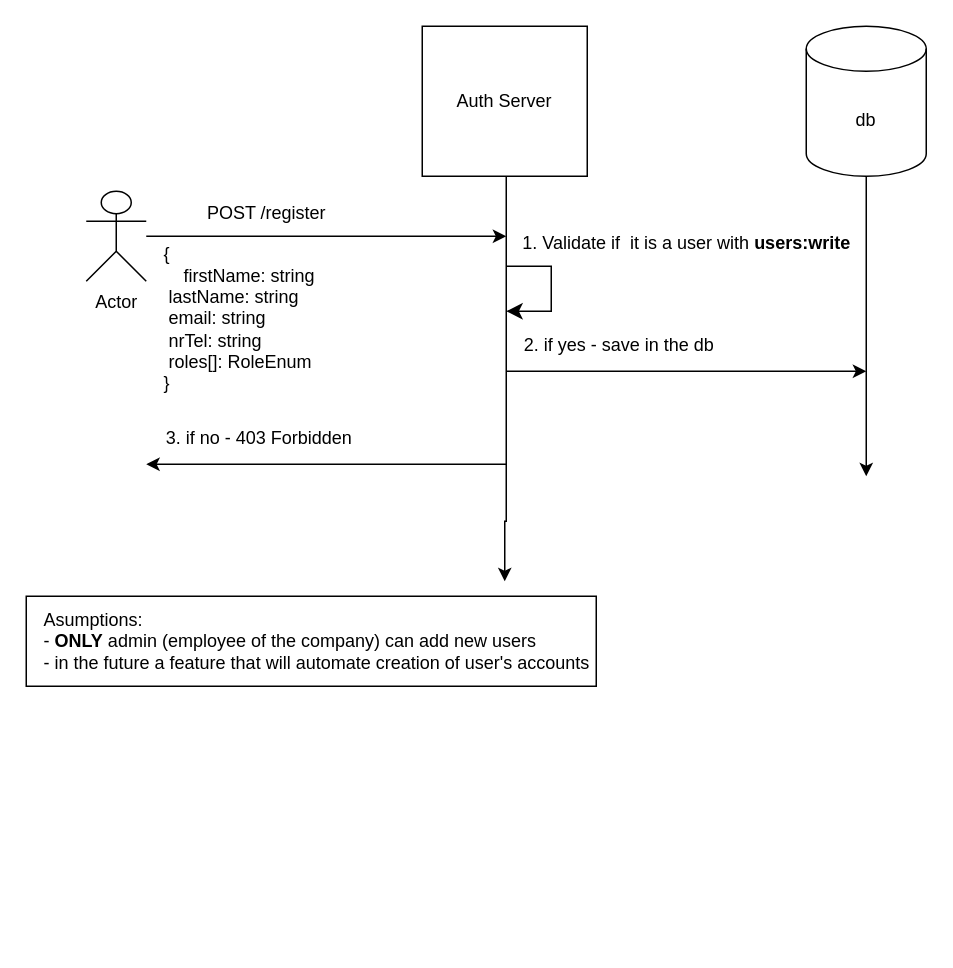
The draw.io diagram User-registration.drawio in jakub-piecuch/book-and-drive-auth-server, before the edit. Source tidied: cells renumbered, new cells numbered last; positions are measured from the earlier drawing's top-left corner, leaving out a move shared by most shapes. Both pictures are drawn from the tidied source at 150%, with x=0, y=0 at pixel (26, 26).
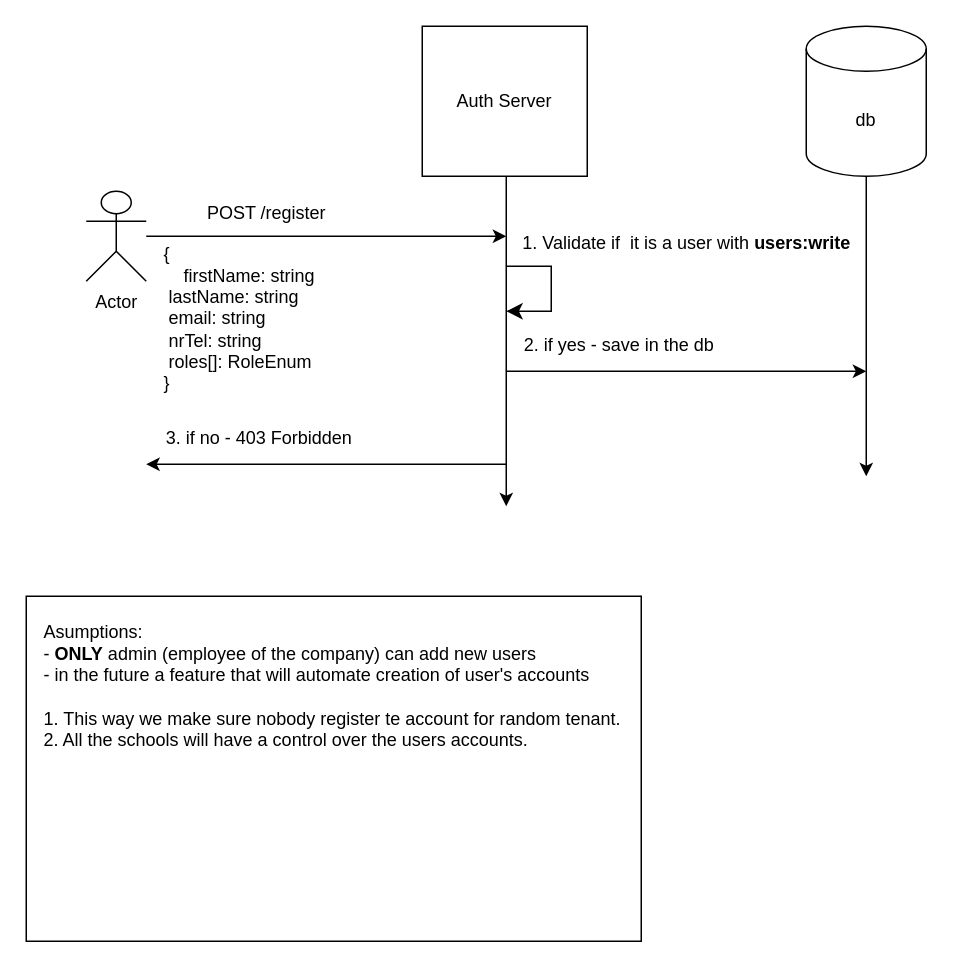
After the change.

Unchanged cells that the change refers to:
```xml
<mxCell id="4" value="Auth Server" style="rounded=0;whiteSpace=wrap;html=1;" parent="1" vertex="1">
  <mxGeometry x="264" width="110" height="100" as="geometry" />
</mxCell>
```

Diff of the diagram source:
```diff
@@
     <mxCell id="2" style="rounded=0;whiteSpace=wrap;html=1;" parent="1" vertex="1">
-      <mxGeometry y="380" width="380" height="60" as="geometry" />
+      <mxGeometry y="380" width="410" height="230" as="geometry" />
     </mxCell>
     <mxCell id="3" style="edgeStyle=orthogonalEdgeStyle;rounded=0;jettySize=auto;html=1;" parent="1" edge="1" source="4">
       <mxGeometry relative="1" as="geometry">
-        <mxPoint x="319" y="370" as="targetPoint" />
+        <mxPoint x="320" y="320" as="targetPoint" />
         <Array as="points">
-          <mxPoint x="320" y="330" />
-          <mxPoint x="319" y="330" />
+          <mxPoint x="320" y="320" />
         </Array>
       </mxGeometry>
     </mxCell>
@@
-    <mxCell id="17" value="Asumptions:&lt;br&gt;- &lt;b&gt;ONLY&lt;/b&gt;&amp;nbsp;admin (employee of the company) can add new users&lt;br&gt;- in the future a feature that will automate creation of user's accounts" style="text;html=1;align=left;verticalAlign=middle;strokeColor=none;fillColor=none;" parent="1" vertex="1">
-      <mxGeometry x="10" y="380" width="390" height="60" as="geometry" />
+    <mxCell id="17" value="Asumptions:&lt;br&gt;- &lt;b&gt;ONLY&lt;/b&gt;&amp;nbsp;admin (employee of the company) can add new users&lt;br&gt;- in the future a feature that will automate creation of user's accounts&lt;br&gt;&lt;br&gt;1. This way we make sure nobody register te account for random tenant.&lt;br&gt;2. All the schools will have a control over the users accounts." style="text;html=1;align=left;verticalAlign=middle;strokeColor=none;fillColor=none;" parent="1" vertex="1">
+      <mxGeometry x="10" y="390" width="410" height="100" as="geometry" />
     </mxCell>
```
